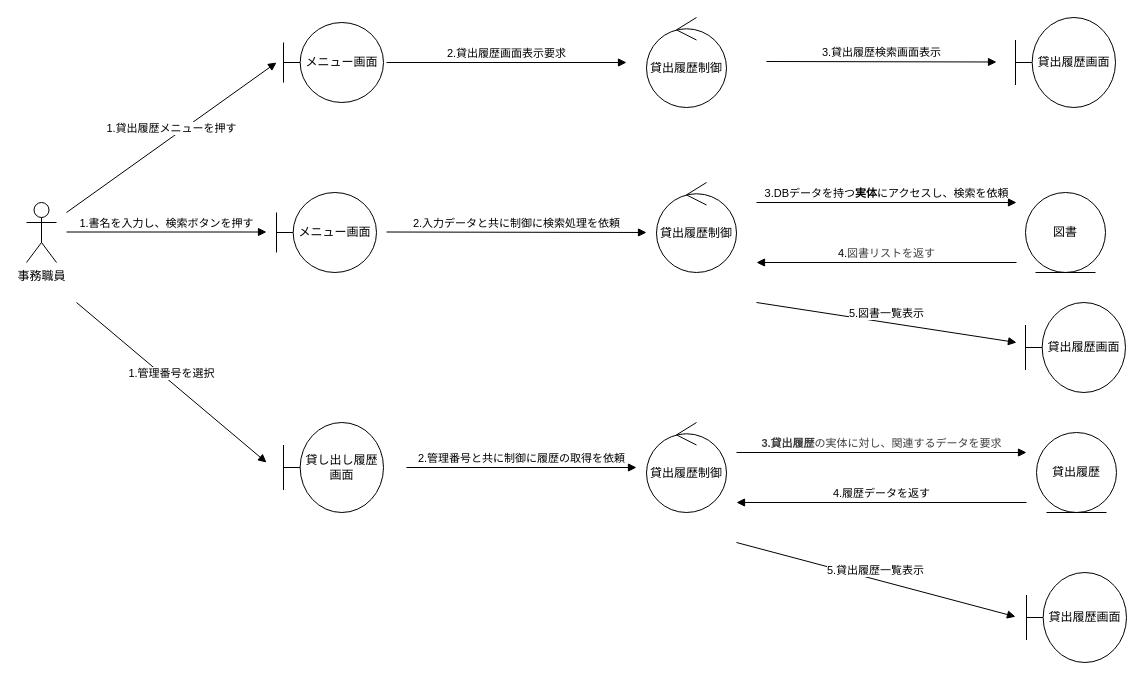
Before: roba_04.drawio in mameiku/group3-4-No.2, a draw.io diagram. Source tidied: cells renumbered, new cells numbered last; positions are measured from the earlier drawing's top-left corner, leaving out a move shared by most shapes. Both pictures are drawn from the tidied source at 100%, with x=0, y=0 at pixel (26, 17).
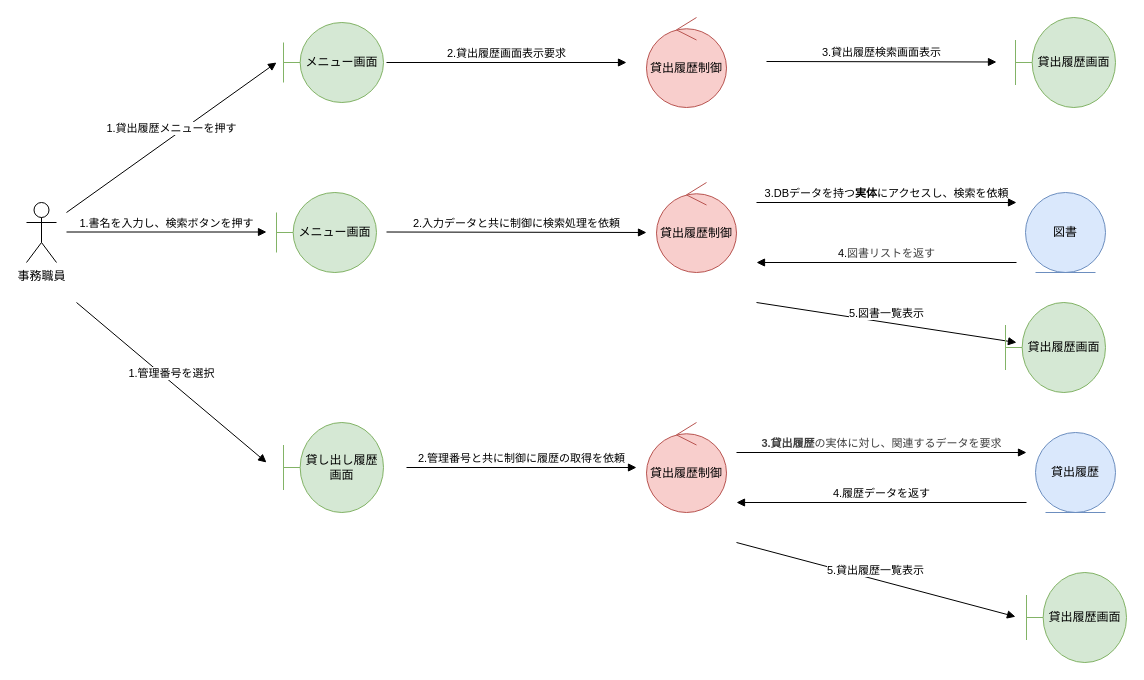
The same diagram, later.

Diff of the diagram source:
```diff
@@
-    <mxCell id="3" value="メニュー画面" style="shape=umlBoundary;whiteSpace=wrap;html=1;" parent="1" vertex="1">
+    <mxCell id="3" value="メニュー画面" style="shape=umlBoundary;whiteSpace=wrap;html=1;fillColor=#d5e8d4;strokeColor=#82b366;" parent="1" vertex="1">
       <mxGeometry x="257" y="5" width="100" height="80" as="geometry" />
     </mxCell>
-    <mxCell id="4" value="貸出履歴画面" style="shape=umlBoundary;whiteSpace=wrap;html=1;" parent="1" vertex="1">
+    <mxCell id="4" value="貸出履歴画面" style="shape=umlBoundary;whiteSpace=wrap;html=1;fillColor=#d5e8d4;strokeColor=#82b366;" parent="1" vertex="1">
       <mxGeometry x="989" width="100" height="90" as="geometry" />
     </mxCell>
-    <mxCell id="5" value="貸出履歴制御" style="ellipse;shape=umlControl;whiteSpace=wrap;html=1;" parent="1" vertex="1">
+    <mxCell id="5" value="貸出履歴制御" style="ellipse;shape=umlControl;whiteSpace=wrap;html=1;fillColor=#f8cecc;strokeColor=#b85450;" parent="1" vertex="1">
       <mxGeometry x="620" width="80" height="90" as="geometry" />
     </mxCell>
-    <mxCell id="6" value="図書" style="ellipse;shape=umlEntity;whiteSpace=wrap;html=1;" parent="1" vertex="1">
+    <mxCell id="6" value="図書" style="ellipse;shape=umlEntity;whiteSpace=wrap;html=1;fillColor=#dae8fc;strokeColor=#6c8ebf;" parent="1" vertex="1">
       <mxGeometry x="999" y="175" width="80" height="80" as="geometry" />
     </mxCell>
@@
-    <mxCell id="10" value="メニュー画面" style="shape=umlBoundary;whiteSpace=wrap;html=1;" parent="1" vertex="1">
+    <mxCell id="10" value="メニュー画面" style="shape=umlBoundary;whiteSpace=wrap;html=1;fillColor=#d5e8d4;strokeColor=#82b366;" parent="1" vertex="1">
       <mxGeometry x="250" y="175" width="100" height="80" as="geometry" />
     </mxCell>
@@
-    <mxCell id="12" value="貸出履歴制御" style="ellipse;shape=umlControl;whiteSpace=wrap;html=1;" parent="1" vertex="1">
+    <mxCell id="12" value="貸出履歴制御" style="ellipse;shape=umlControl;whiteSpace=wrap;html=1;fillColor=#f8cecc;strokeColor=#b85450;" parent="1" vertex="1">
       <mxGeometry x="630" y="165" width="80" height="90" as="geometry" />
     </mxCell>
@@
-    <mxCell id="17" value="貸し出し履歴画面" style="shape=umlBoundary;whiteSpace=wrap;html=1;" parent="1" vertex="1">
+    <mxCell id="17" value="貸し出し履歴画面" style="shape=umlBoundary;whiteSpace=wrap;html=1;fillColor=#d5e8d4;strokeColor=#82b366;" parent="1" vertex="1">
       <mxGeometry x="257" y="405" width="100" height="90" as="geometry" />
     </mxCell>
@@
-    <mxCell id="19" value="貸出履歴制御" style="ellipse;shape=umlControl;whiteSpace=wrap;html=1;" parent="1" vertex="1">
+    <mxCell id="19" value="貸出履歴制御" style="ellipse;shape=umlControl;whiteSpace=wrap;html=1;fillColor=#f8cecc;strokeColor=#b85450;" parent="1" vertex="1">
       <mxGeometry x="620" y="405" width="80" height="90" as="geometry" />
     </mxCell>
@@
-    <mxCell id="21" value="貸出履歴" style="ellipse;shape=umlEntity;whiteSpace=wrap;html=1;" parent="1" vertex="1">
-      <mxGeometry x="1010" y="415" width="80" height="80" as="geometry" />
+    <mxCell id="21" value="貸出履歴" style="ellipse;shape=umlEntity;whiteSpace=wrap;html=1;fillColor=#dae8fc;strokeColor=#6c8ebf;" parent="1" vertex="1">
+      <mxGeometry x="1009" y="415" width="80" height="80" as="geometry" />
     </mxCell>
@@
-    <mxCell id="25" value="貸出履歴画面" style="shape=umlBoundary;whiteSpace=wrap;html=1;" parent="1" vertex="1">
-      <mxGeometry x="999" y="285" width="100" height="90" as="geometry" />
+    <mxCell id="25" value="貸出履歴画面" style="shape=umlBoundary;whiteSpace=wrap;html=1;fillColor=#d5e8d4;strokeColor=#82b366;" parent="1" vertex="1">
+      <mxGeometry x="979" y="285" width="100" height="90" as="geometry" />
     </mxCell>
-    <mxCell id="26" value="貸出履歴画面" style="shape=umlBoundary;whiteSpace=wrap;html=1;" parent="1" vertex="1">
+    <mxCell id="26" value="貸出履歴画面" style="shape=umlBoundary;whiteSpace=wrap;html=1;fillColor=#d5e8d4;strokeColor=#82b366;" parent="1" vertex="1">
       <mxGeometry x="1000" y="555" width="100" height="90" as="geometry" />
     </mxCell>
```
